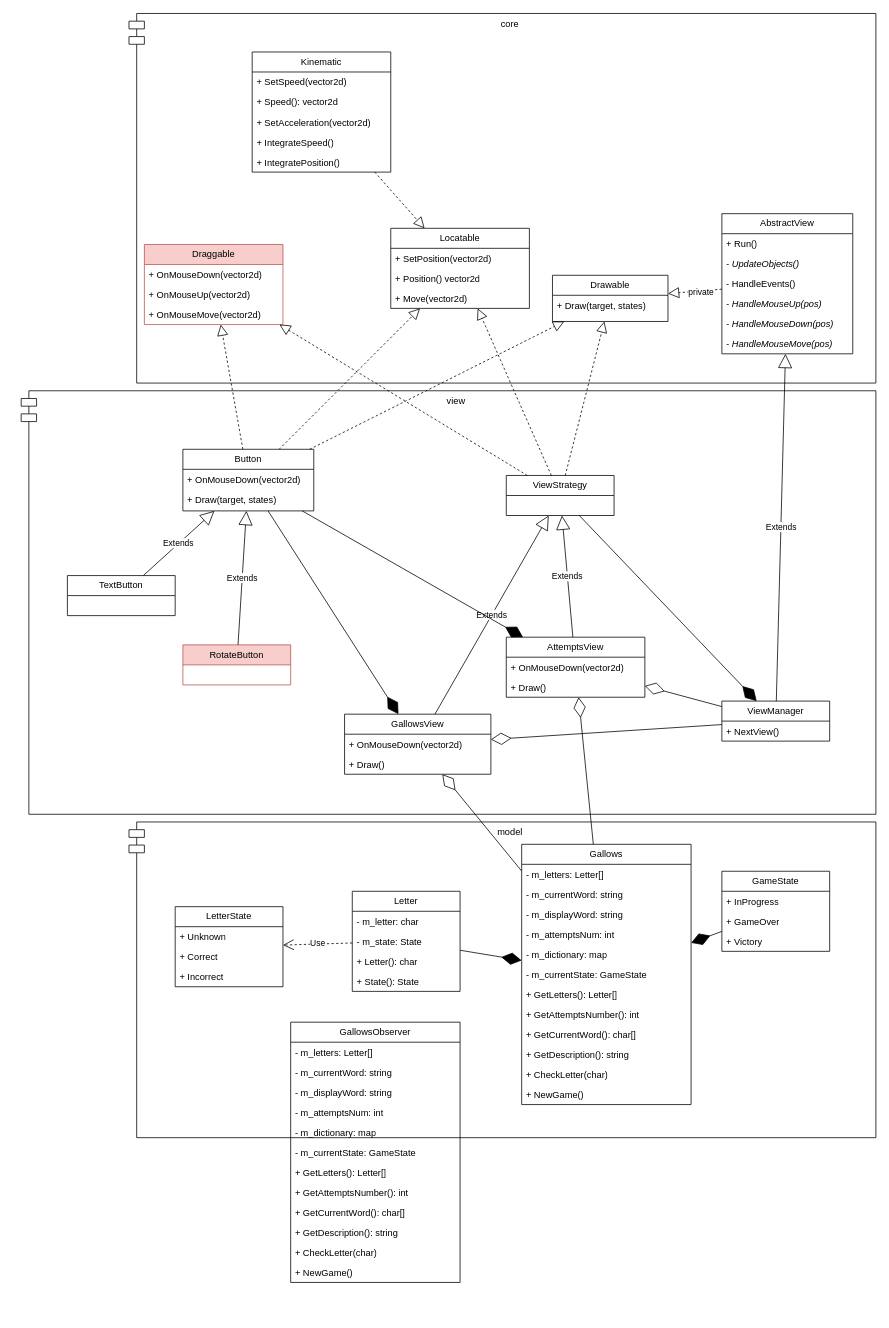
The draw.io diagram labs/lab1/gallows/gallows.drawio in Depiflaks/CG, before the edit. Source tidied: cells renumbered, new cells numbered last; positions are measured from the earlier drawing's top-left corner, leaving out a move shared by most shapes. Both pictures are drawn from the tidied source at 77%, with x=0, y=0 at pixel (21, 13).
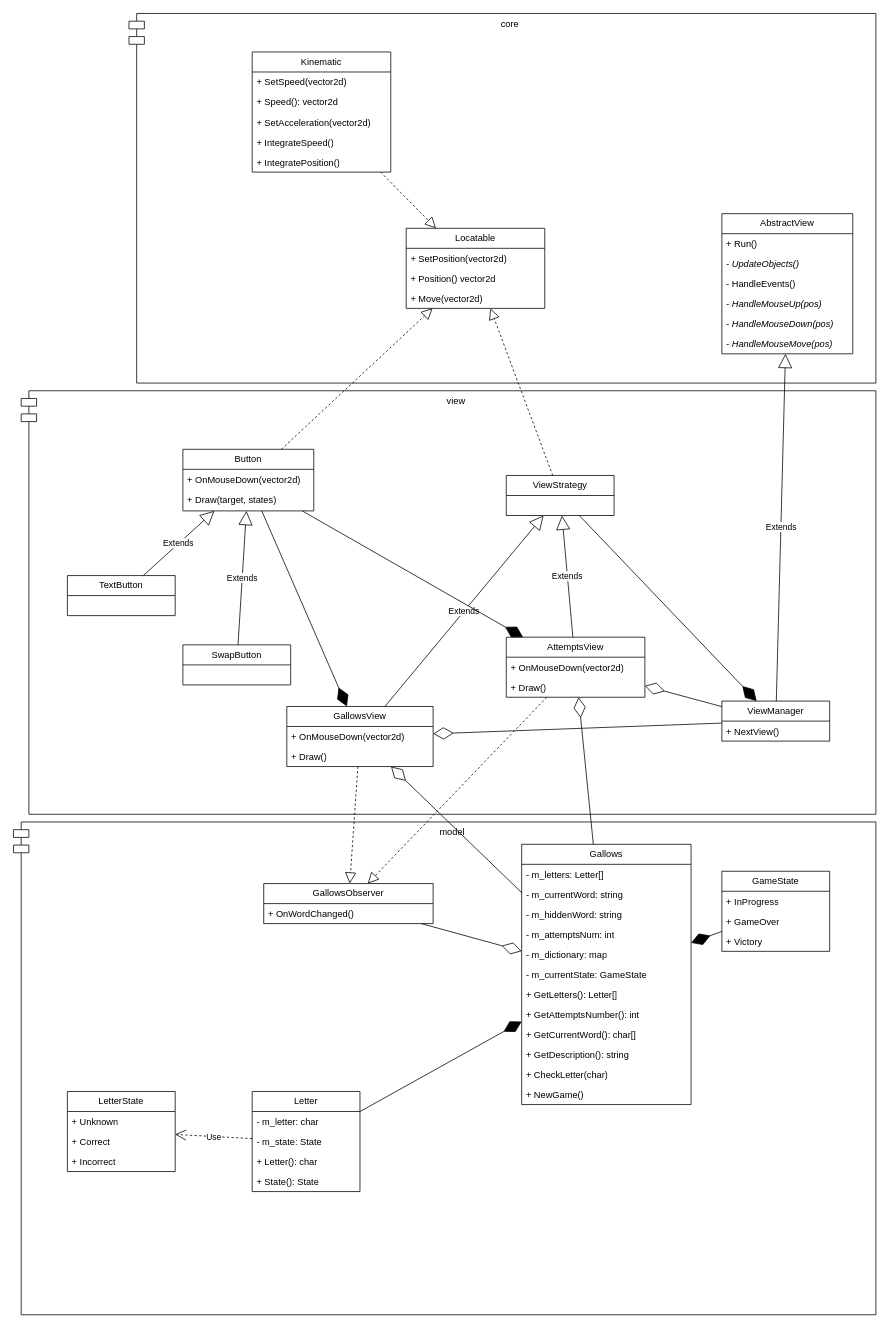
Above is the later version.

Unchanged cells that the change refers to:
```xml
<mxCell id="20" value="AbstractView" style="swimlane;fontStyle=0;horizontal=1;startSize=26;fillColor=none;whiteSpace=wrap;html=1;" parent="1" vertex="1">
  <mxGeometry x="910" y="260" width="170" height="182" as="geometry" />
</mxCell>
<mxCell id="40" value="Gallows" style="swimlane;fontStyle=0;horizontal=1;startSize=26;fillColor=none;whiteSpace=wrap;html=1;" parent="1" vertex="1">
  <mxGeometry x="650" y="1079" width="220" height="338" as="geometry" />
</mxCell>
<mxCell id="65" value="AttemptsView" style="swimlane;fontStyle=0;horizontal=1;startSize=26;fillColor=none;whiteSpace=wrap;html=1;" parent="1" vertex="1">
  <mxGeometry x="630" y="810" width="180" height="78" as="geometry" />
</mxCell>
<mxCell id="68" value="ViewStrategy" style="swimlane;fontStyle=0;horizontal=1;startSize=26;fillColor=none;whiteSpace=wrap;html=1;" parent="1" vertex="1">
  <mxGeometry x="630" y="600" width="140" height="52" as="geometry" />
</mxCell>
<mxCell id="81" value="Button" style="swimlane;fontStyle=0;horizontal=1;startSize=26;fillColor=none;whiteSpace=wrap;html=1;" parent="1" vertex="1">
  <mxGeometry x="210" y="566" width="170" height="80" as="geometry" />
</mxCell>
```

The edit, as a diff of the source:
```diff
@@
-    <mxCell id="3" value="Drawable" style="swimlane;fontStyle=0;horizontal=1;startSize=26;fillColor=none;whiteSpace=wrap;html=1;" parent="1" vertex="1">
-      <mxGeometry x="690" y="340" width="150" height="60" as="geometry" />
-    </mxCell>
-    <mxCell id="4" value="+ Draw(target, states)" style="text;strokeColor=none;fillColor=none;align=left;verticalAlign=top;spacingLeft=4;spacingRight=4;overflow=hidden;whiteSpace=wrap;html=1;" parent="3" vertex="1">
-      <mxGeometry y="26" width="150" height="34" as="geometry" />
-    </mxCell>
     <mxCell id="5" value="Locatable" style="swimlane;fontStyle=0;horizontal=1;startSize=26;fillColor=none;whiteSpace=wrap;html=1;" parent="1" vertex="1">
-      <mxGeometry x="480" y="279" width="180" height="104" as="geometry" />
+      <mxGeometry x="500" y="279" width="180" height="104" as="geometry" />
     </mxCell>
@@
-    <mxCell id="16" value="Draggable" style="swimlane;fontStyle=0;horizontal=1;startSize=26;fillColor=#f8cecc;whiteSpace=wrap;html=1;strokeColor=#b85450;" parent="1" vertex="1">
-      <mxGeometry x="160" y="300" width="180" height="104" as="geometry" />
-    </mxCell>
-    <mxCell id="17" value="+ OnMouseDown(vector2d)" style="text;strokeColor=none;fillColor=none;align=left;verticalAlign=top;spacingLeft=4;spacingRight=4;overflow=hidden;whiteSpace=wrap;html=1;" parent="16" vertex="1">
-      <mxGeometry y="26" width="180" height="26" as="geometry" />
-    </mxCell>
-    <mxCell id="18" value="+ OnMouseUp(vector2d)" style="text;strokeColor=none;fillColor=none;align=left;verticalAlign=top;spacingLeft=4;spacingRight=4;overflow=hidden;whiteSpace=wrap;html=1;" parent="16" vertex="1">
-      <mxGeometry y="52" width="180" height="26" as="geometry" />
-    </mxCell>
-    <mxCell id="19" value="+ OnMouseMove(vector2d)" style="text;strokeColor=none;fillColor=none;align=left;verticalAlign=top;spacingLeft=4;spacingRight=4;overflow=hidden;whiteSpace=wrap;html=1;" parent="16" vertex="1">
-      <mxGeometry y="78" width="180" height="26" as="geometry" />
-    </mxCell>
@@
-    <mxCell id="27" style="endArrow=block;dashed=1;endFill=0;endSize=12;html=1;rounded=0;" parent="1" edge="1" source="20" target="3">
-      <mxGeometry relative="1" as="geometry" />
-    </mxCell>
-    <mxCell id="28" value="private" style="edgeLabel;html=1;align=center;verticalAlign=middle;" parent="27" vertex="1">
-      <mxGeometry x="-0.2" y="1" relative="1" as="geometry" />
-    </mxCell>
     <mxCell id="29" value="model" style="shape=module;align=left;spacingLeft=20;align=center;verticalAlign=top;whiteSpace=wrap;html=1;" parent="1" vertex="1">
-      <mxGeometry x="140" y="1050" width="970" height="410" as="geometry" />
+      <mxGeometry x="-10" y="1050" width="1120" height="640" as="geometry" />
     </mxCell>
     <mxCell id="30" value="Letter" style="swimlane;fontStyle=0;horizontal=1;startSize=26;fillColor=none;whiteSpace=wrap;html=1;" parent="1" vertex="1">
-      <mxGeometry x="430" y="1140" width="140" height="130" as="geometry" />
+      <mxGeometry x="300" y="1400" width="140" height="130" as="geometry" />
     </mxCell>
@@
     <mxCell id="35" value="LetterState" style="swimlane;fontStyle=0;horizontal=1;startSize=26;fillColor=none;whiteSpace=wrap;html=1;" parent="1" vertex="1">
-      <mxGeometry x="200" y="1160" width="140" height="104" as="geometry" />
+      <mxGeometry x="60" y="1400" width="140" height="104" as="geometry" />
     </mxCell>
@@
-    <mxCell id="43" value="- m_displayWord: string" style="text;strokeColor=none;fillColor=none;align=left;verticalAlign=top;spacingLeft=4;spacingRight=4;overflow=hidden;whiteSpace=wrap;html=1;" parent="40" vertex="1">
+    <mxCell id="43" value="- m_hiddenWord: string" style="text;strokeColor=none;fillColor=none;align=left;verticalAlign=top;spacingLeft=4;spacingRight=4;overflow=hidden;whiteSpace=wrap;html=1;" parent="40" vertex="1">
       <mxGeometry y="78" width="220" height="26" as="geometry" />
     </mxCell>
@@
     <mxCell id="62" value="GallowsView" style="swimlane;fontStyle=0;horizontal=1;startSize=26;fillColor=none;whiteSpace=wrap;html=1;" parent="1" vertex="1">
-      <mxGeometry x="420" y="910" width="190" height="78" as="geometry" />
+      <mxGeometry x="345" y="900" width="190" height="78" as="geometry" />
     </mxCell>
@@
-    <mxCell id="77" style="endArrow=block;dashed=1;endFill=0;endSize=12;html=1;rounded=0;" parent="1" edge="1" source="68" target="3">
-      <mxGeometry relative="1" as="geometry" />
-    </mxCell>
@@
-    <mxCell id="79" style="endArrow=block;dashed=1;endFill=0;endSize=12;html=1;rounded=0;" parent="1" edge="1" source="68" target="16">
-      <mxGeometry relative="1" as="geometry" />
-    </mxCell>
@@
-    <mxCell id="84" value="RotateButton" style="swimlane;fontStyle=0;horizontal=1;startSize=26;fillColor=#f8cecc;whiteSpace=wrap;html=1;strokeColor=#b85450;" parent="1" vertex="1">
+    <mxCell id="84" value="SwapButton" style="swimlane;fontStyle=0;horizontal=1;startSize=26;whiteSpace=wrap;html=1;" parent="1" vertex="1">
       <mxGeometry x="210" y="820" width="140" height="52" as="geometry" />
     </mxCell>
@@
-    <mxCell id="87" style="endArrow=block;dashed=1;endFill=0;endSize=12;html=1;rounded=0;" parent="1" edge="1" source="81" target="16">
-      <mxGeometry relative="1" as="geometry" />
-    </mxCell>
-    <mxCell id="88" style="endArrow=block;dashed=1;endFill=0;endSize=12;html=1;rounded=0;" parent="1" edge="1" source="81" target="3">
-      <mxGeometry relative="1" as="geometry" />
-    </mxCell>
@@
     <mxCell id="92" value="GallowsObserver" style="swimlane;fontStyle=0;horizontal=1;startSize=26;fillColor=none;whiteSpace=wrap;html=1;" parent="1" vertex="1">
-      <mxGeometry x="350" y="1310" width="220" height="338" as="geometry" />
+      <mxGeometry x="315" y="1130" width="220" height="52" as="geometry" />
     </mxCell>
-    <mxCell id="93" value="- m_letters: Letter[]" style="text;strokeColor=none;fillColor=none;align=left;verticalAlign=top;spacingLeft=4;spacingRight=4;overflow=hidden;whiteSpace=wrap;html=1;" parent="92" vertex="1">
-      <mxGeometry y="26" width="220" height="26" as="geometry" />
-    </mxCell>
-    <mxCell id="94" value="- m_currentWord: string" style="text;strokeColor=none;fillColor=none;align=left;verticalAlign=top;spacingLeft=4;spacingRight=4;overflow=hidden;whiteSpace=wrap;html=1;" parent="92" vertex="1">
-      <mxGeometry y="52" width="220" height="26" as="geometry" />
-    </mxCell>
-    <mxCell id="95" value="- m_displayWord: string" style="text;strokeColor=none;fillColor=none;align=left;verticalAlign=top;spacingLeft=4;spacingRight=4;overflow=hidden;whiteSpace=wrap;html=1;" parent="92" vertex="1">
-      <mxGeometry y="78" width="220" height="26" as="geometry" />
-    </mxCell>
-    <mxCell id="96" value="- m_attemptsNum: int" style="text;strokeColor=none;fillColor=none;align=left;verticalAlign=top;spacingLeft=4;spacingRight=4;overflow=hidden;whiteSpace=wrap;html=1;" parent="92" vertex="1">
-      <mxGeometry y="104" width="220" height="26" as="geometry" />
-    </mxCell>
-    <mxCell id="97" value="- m_dictionary: map" style="text;strokeColor=none;fillColor=none;align=left;verticalAlign=top;spacingLeft=4;spacingRight=4;overflow=hidden;whiteSpace=wrap;html=1;" parent="92" vertex="1">
-      <mxGeometry y="130" width="220" height="26" as="geometry" />
-    </mxCell>
-    <mxCell id="98" value="- m_currentState: GameState" style="text;strokeColor=none;fillColor=none;align=left;verticalAlign=top;spacingLeft=4;spacingRight=4;overflow=hidden;whiteSpace=wrap;html=1;" parent="92" vertex="1">
-      <mxGeometry y="156" width="220" height="26" as="geometry" />
-    </mxCell>
-    <mxCell id="99" value="+ GetLetters(): Letter[]" style="text;strokeColor=none;fillColor=none;align=left;verticalAlign=top;spacingLeft=4;spacingRight=4;overflow=hidden;whiteSpace=wrap;html=1;" parent="92" vertex="1">
-      <mxGeometry y="182" width="220" height="26" as="geometry" />
-    </mxCell>
-    <mxCell id="100" value="+ GetAttemptsNumber(): int" style="text;strokeColor=none;fillColor=none;align=left;verticalAlign=top;spacingLeft=4;spacingRight=4;overflow=hidden;whiteSpace=wrap;html=1;" parent="92" vertex="1">
-      <mxGeometry y="208" width="220" height="26" as="geometry" />
-    </mxCell>
-    <mxCell id="101" value="+ GetCurrentWord(): char[]" style="text;strokeColor=none;fillColor=none;align=left;verticalAlign=top;spacingLeft=4;spacingRight=4;overflow=hidden;whiteSpace=wrap;html=1;" parent="92" vertex="1">
-      <mxGeometry y="234" width="220" height="26" as="geometry" />
-    </mxCell>
-    <mxCell id="102" value="+ GetDescription(): string" style="text;strokeColor=none;fillColor=none;align=left;verticalAlign=top;spacingLeft=4;spacingRight=4;overflow=hidden;whiteSpace=wrap;html=1;" parent="92" vertex="1">
-      <mxGeometry y="260" width="220" height="26" as="geometry" />
-    </mxCell>
-    <mxCell id="103" value="+ CheckLetter(char)" style="text;strokeColor=none;fillColor=none;align=left;verticalAlign=top;spacingLeft=4;spacingRight=4;overflow=hidden;whiteSpace=wrap;html=1;" parent="92" vertex="1">
-      <mxGeometry y="286" width="220" height="26" as="geometry" />
-    </mxCell>
-    <mxCell id="104" value="+ NewGame()" style="text;strokeColor=none;fillColor=none;align=left;verticalAlign=top;spacingLeft=4;spacingRight=4;overflow=hidden;whiteSpace=wrap;html=1;" parent="92" vertex="1">
-      <mxGeometry y="312" width="220" height="26" as="geometry" />
-    </mxCell>
+    <mxCell id="105" value="+ OnWordChanged()" style="text;strokeColor=none;fillColor=none;align=left;verticalAlign=top;spacingLeft=4;spacingRight=4;overflow=hidden;whiteSpace=wrap;html=1;" parent="92" vertex="1">
+      <mxGeometry y="26" width="220" height="26" as="geometry" />
+    </mxCell>
+    <mxCell id="106" style="endArrow=block;dashed=1;endFill=0;endSize=12;html=1;rounded=0;" parent="1" edge="1" source="65" target="92">
+      <mxGeometry relative="1" as="geometry" />
+    </mxCell>
+    <mxCell id="107" style="endArrow=diamondThin;endFill=0;endSize=24;html=1;rounded=0;" parent="1" edge="1" source="92" target="40">
+      <mxGeometry relative="1" as="geometry" />
+    </mxCell>
+    <mxCell id="108" style="endArrow=block;dashed=1;endFill=0;endSize=12;html=1;rounded=0;" parent="1" edge="1" source="62" target="92">
+      <mxGeometry relative="1" as="geometry" />
+    </mxCell>
```
